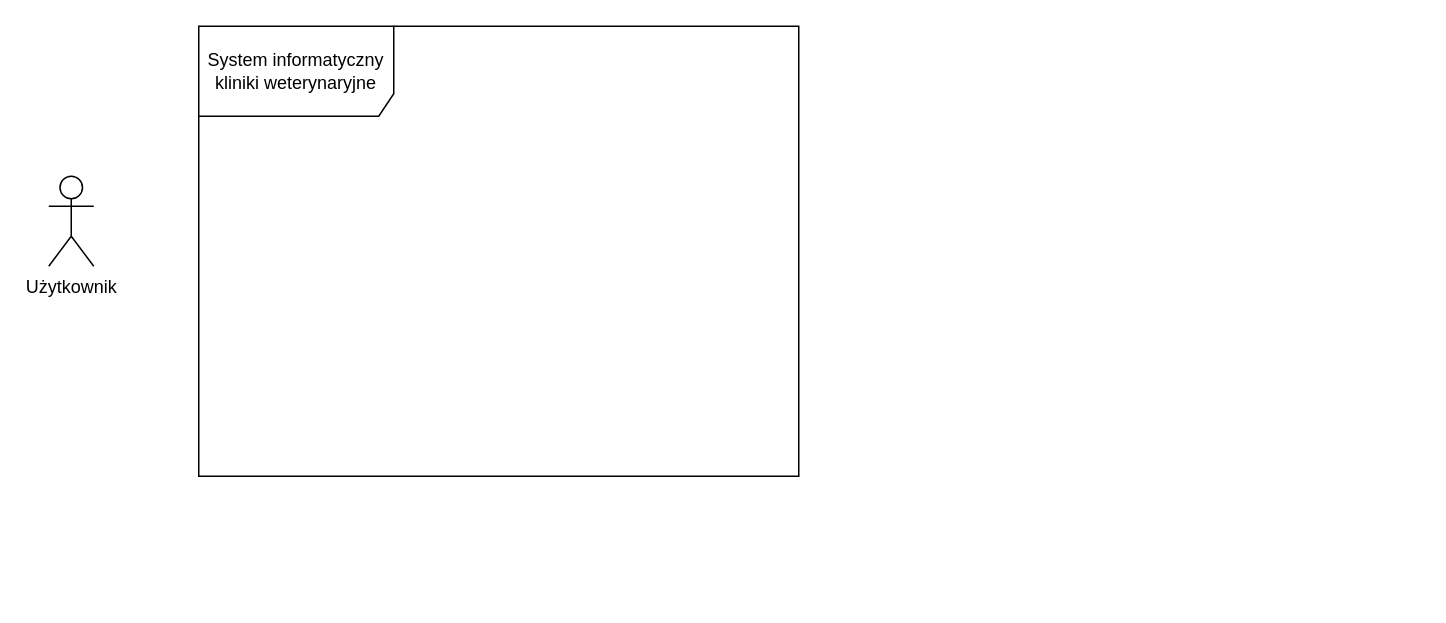
The draw.io diagram koncowy_przypadek użycia.drawio in JuliaZofiaCodes/ASI, before the edit. Source tidied: cells renumbered, new cells numbered last; positions are measured from the earlier drawing's top-left corner, leaving out a move shared by most shapes. Both pictures are drawn from the tidied source at 150%, with x=0, y=0 at pixel (48, 26).
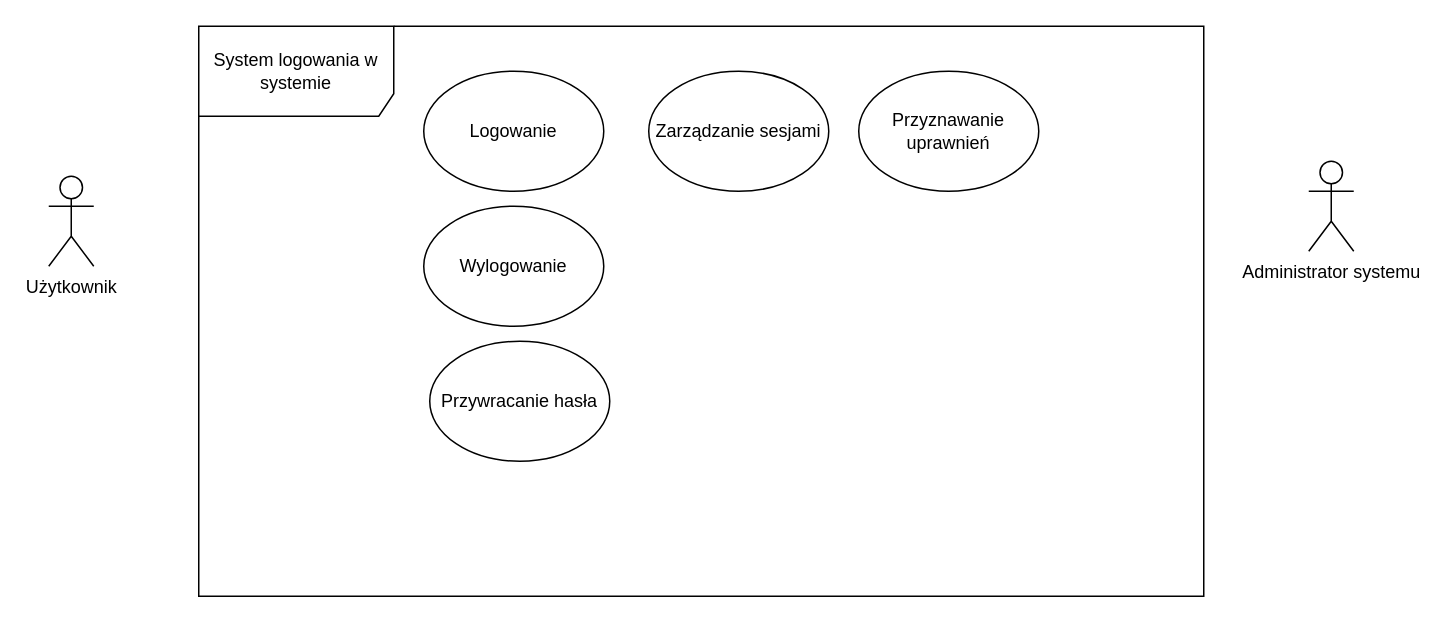
The same page after the edit.

Diff of the diagram source:
```diff
@@
 <mxGraphModel>
   <root>
     <mxCell id="0" />
     <mxCell id="1" parent="0" />
     <mxCell id="2" value="Użytkownik" style="shape=umlActor;verticalLabelPosition=bottom;verticalAlign=top;html=1;" parent="1" vertex="1">
       <mxGeometry y="100" width="30" height="60" as="geometry" />
     </mxCell>
-    <mxCell id="3" value="System informatyczny kliniki weterynaryjne" style="shape=umlFrame;whiteSpace=wrap;html=1;width=130;height=60;" parent="1" vertex="1">
-      <mxGeometry x="100" width="400" height="300" as="geometry" />
+    <mxCell id="3" value="System logowania w systemie" style="shape=umlFrame;whiteSpace=wrap;html=1;width=130;height=60;" parent="1" vertex="1">
+      <mxGeometry x="100" width="670" height="380" as="geometry" />
     </mxCell>
+    <mxCell id="4" value="Administrator systemu" style="shape=umlActor;verticalLabelPosition=bottom;verticalAlign=top;html=1;" parent="1" vertex="1">
+      <mxGeometry x="840" y="90" width="30" height="60" as="geometry" />
+    </mxCell>
+    <mxCell id="5" value="Logowanie" style="ellipse;whiteSpace=wrap;html=1;" parent="1" vertex="1">
+      <mxGeometry x="250" y="30" width="120" height="80" as="geometry" />
+    </mxCell>
+    <mxCell id="6" value="Wylogowanie" style="ellipse;whiteSpace=wrap;html=1;" parent="1" vertex="1">
+      <mxGeometry x="250" y="120" width="120" height="80" as="geometry" />
+    </mxCell>
+    <mxCell id="7" value="Przywracanie hasła" style="ellipse;whiteSpace=wrap;html=1;" parent="1" vertex="1">
+      <mxGeometry x="254" y="210" width="120" height="80" as="geometry" />
+    </mxCell>
+    <mxCell id="8" value="&lt;font face=&quot;Calibri, sans-serif&quot;&gt;Zarządzanie sesjami&lt;/font&gt;" style="ellipse;whiteSpace=wrap;html=1;" parent="1" vertex="1">
+      <mxGeometry x="400" y="30" width="120" height="80" as="geometry" />
+    </mxCell>
+    <mxCell id="9" value="&lt;font face=&quot;Calibri, sans-serif&quot;&gt;Przyznawanie uprawnień&lt;/font&gt;" style="ellipse;whiteSpace=wrap;html=1;" parent="1" vertex="1">
+      <mxGeometry x="540" y="30" width="120" height="80" as="geometry" />
+    </mxCell>
   </root>
 </mxGraphModel>
```
